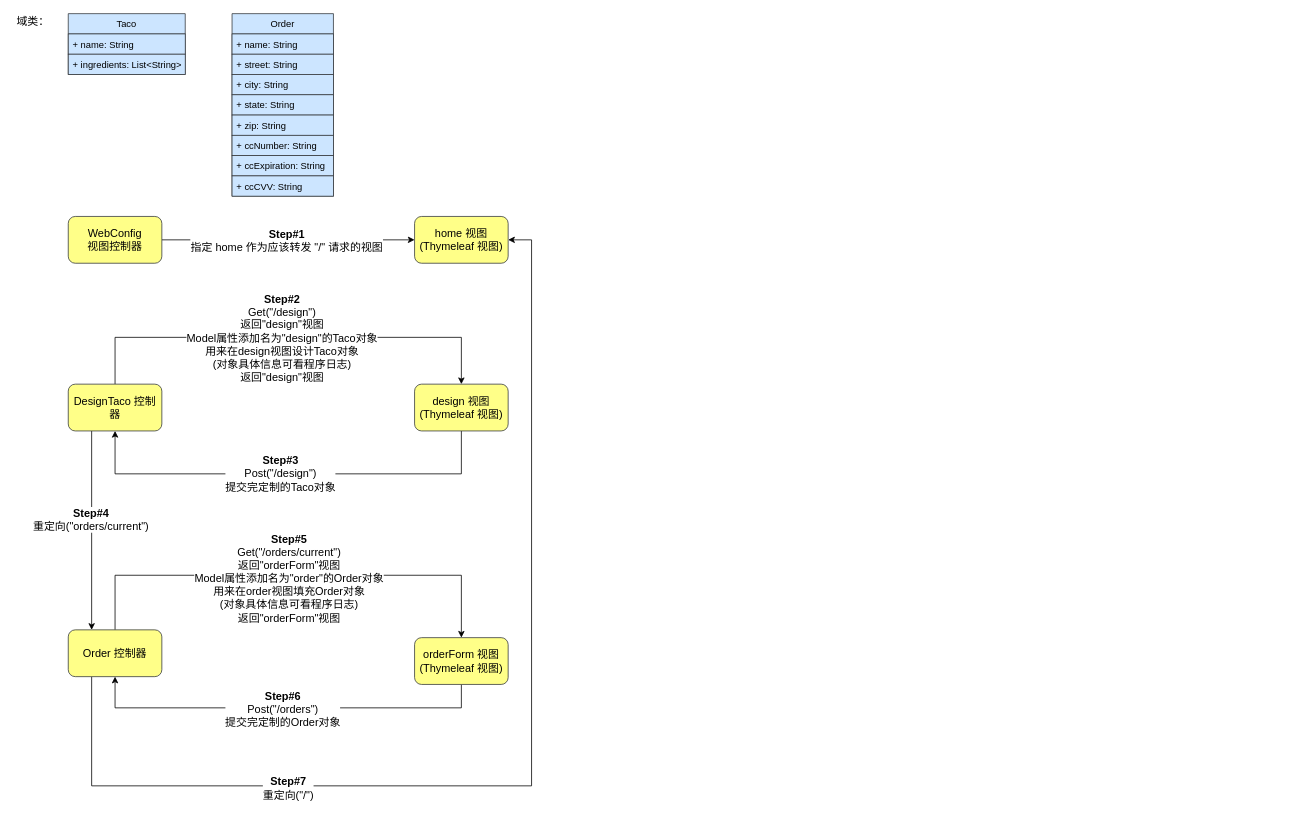
The draw.io diagram flow_chart.drawio in LilithCoder/taco-cloud, before the edit. Source tidied: cells renumbered, new cells numbered last; positions are measured from the earlier drawing's top-left corner, leaving out a move shared by most shapes. Both pictures are drawn from the tidied source at 78%, with x=0, y=0 at pixel (13, 13).
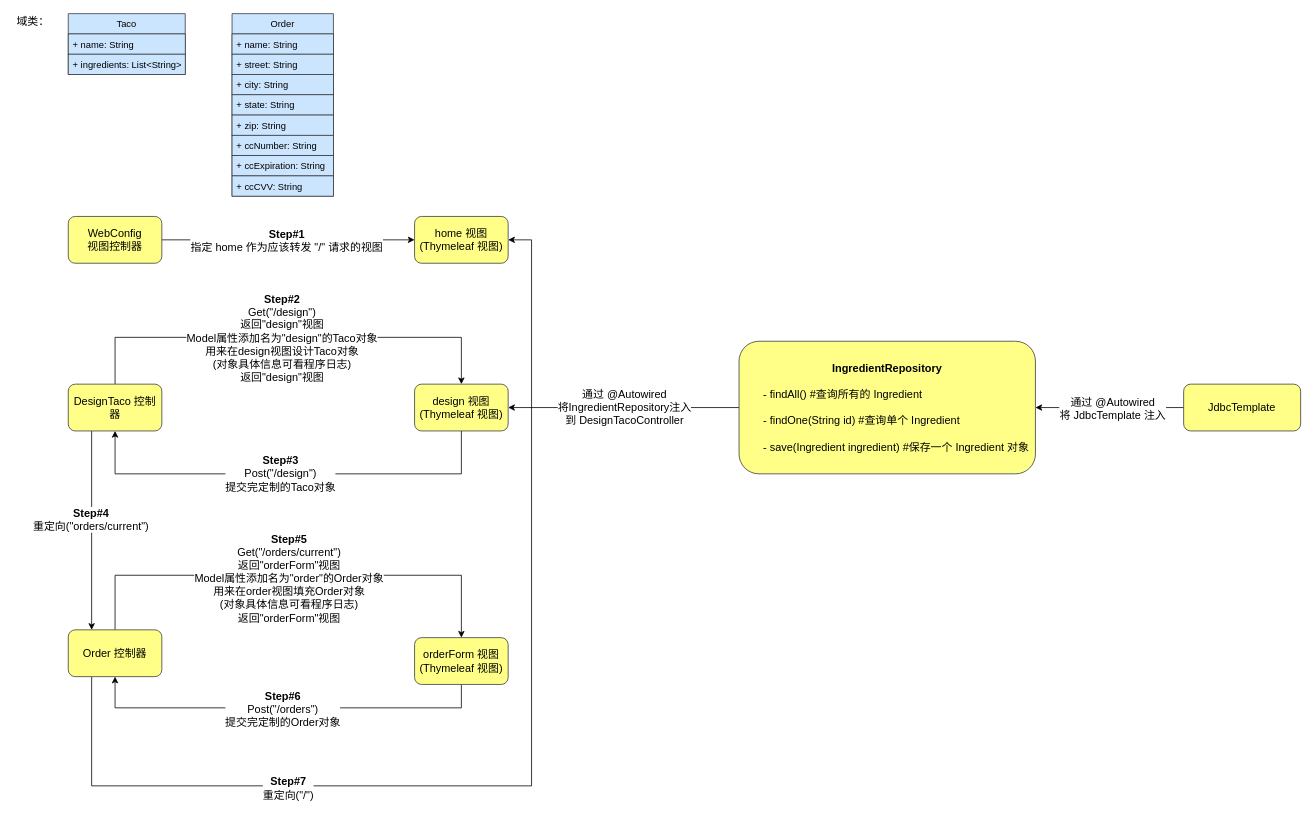
Above is the later version.

Commit message (it also covers changes not shown here):
用jdbctemplate注入定义了jdbc存储库并将其注入designtacocontroller为其从数据库中提取所有 Ingredient

Unchanged cells that the change refers to:
```xml
<mxCell id="26" value="&lt;font style=&quot;font-size: 14px&quot;&gt;design 视图&lt;br&gt;(&lt;span&gt;Thymeleaf 视图&lt;/span&gt;)&lt;/font&gt;" style="rounded=1;whiteSpace=wrap;html=1;fillColor=#ffff88;strokeColor=#36393d;" parent="1" vertex="1">
  <mxGeometry x="514" y="475" width="120" height="60" as="geometry" />
</mxCell>
```

Diff of the diagram source:
```diff
@@
+    <mxCell id="35" style="edgeStyle=orthogonalEdgeStyle;rounded=0;jettySize=auto;html=1;exitX=0;exitY=0.5;exitDx=0;exitDy=0;entryX=1;entryY=0.5;entryDx=0;entryDy=0;" parent="1" edge="1" source="37" target="26">
+      <mxGeometry relative="1" as="geometry" />
+    </mxCell>
+    <mxCell id="36" value="&lt;font style=&quot;font-size: 14px&quot;&gt;通过 @Autowired&lt;br&gt;将IngredientRepository注入&lt;br&gt;到 DesignTacoController&lt;/font&gt;" style="edgeLabel;html=1;align=center;verticalAlign=middle;" parent="35" vertex="1">
+      <mxGeometry y="-1" relative="1" as="geometry" />
+    </mxCell>
+    <mxCell id="37" value="&lt;font style=&quot;font-size: 14px&quot;&gt;&lt;b&gt;IngredientRepository&lt;br&gt;&lt;/b&gt;&lt;br&gt;&lt;div style=&quot;text-align: left&quot;&gt;&lt;span&gt;&amp;nbsp; &amp;nbsp; &amp;nbsp; - findAll() #查询所有的 Ingredient&lt;/span&gt;&lt;/div&gt;&lt;div style=&quot;text-align: left&quot;&gt;&lt;span&gt;&lt;br&gt;&lt;/span&gt;&lt;/div&gt;&lt;div style=&quot;text-align: left&quot;&gt;&lt;span&gt;&amp;nbsp; &amp;nbsp; &amp;nbsp; -&amp;nbsp;findOne(String id) #查询单个 Ingredient&lt;/span&gt;&lt;/div&gt;&lt;div style=&quot;text-align: left&quot;&gt;&lt;span&gt;&lt;br&gt;&lt;/span&gt;&lt;/div&gt;&lt;div style=&quot;text-align: left&quot;&gt;&lt;span&gt;&amp;nbsp; &amp;nbsp; &amp;nbsp; - save(Ingredient ingredient) #保存一个 Ingredient 对象&lt;/span&gt;&lt;/div&gt;&lt;/font&gt;" style="rounded=1;whiteSpace=wrap;html=1;fillColor=#ffff88;strokeColor=#36393d;" parent="1" vertex="1">
+      <mxGeometry x="930" y="420" width="380" height="170" as="geometry" />
+    </mxCell>
+    <mxCell id="38" style="edgeStyle=orthogonalEdgeStyle;rounded=0;jettySize=auto;html=1;exitX=0;exitY=0.5;exitDx=0;exitDy=0;entryX=1;entryY=0.5;entryDx=0;entryDy=0;" parent="1" edge="1" source="40" target="37">
+      <mxGeometry relative="1" as="geometry" />
+    </mxCell>
+    <mxCell id="39" value="&lt;font style=&quot;font-size: 14px&quot;&gt;通过 @Autowired &lt;br&gt;将 JdbcTemplate 注入&lt;/font&gt;" style="edgeLabel;html=1;align=center;verticalAlign=middle;" parent="38" vertex="1">
+      <mxGeometry x="0.09" y="-4" relative="1" as="geometry">
+        <mxPoint x="12.9" y="4" as="offset" />
+      </mxGeometry>
+    </mxCell>
+    <mxCell id="40" value="&lt;span style=&quot;font-size: 14px&quot;&gt;JdbcTemplate&lt;/span&gt;" style="rounded=1;whiteSpace=wrap;html=1;fillColor=#ffff88;strokeColor=#36393d;" parent="1" vertex="1">
+      <mxGeometry x="1500" y="475" width="150" height="60" as="geometry" />
+    </mxCell>
```
